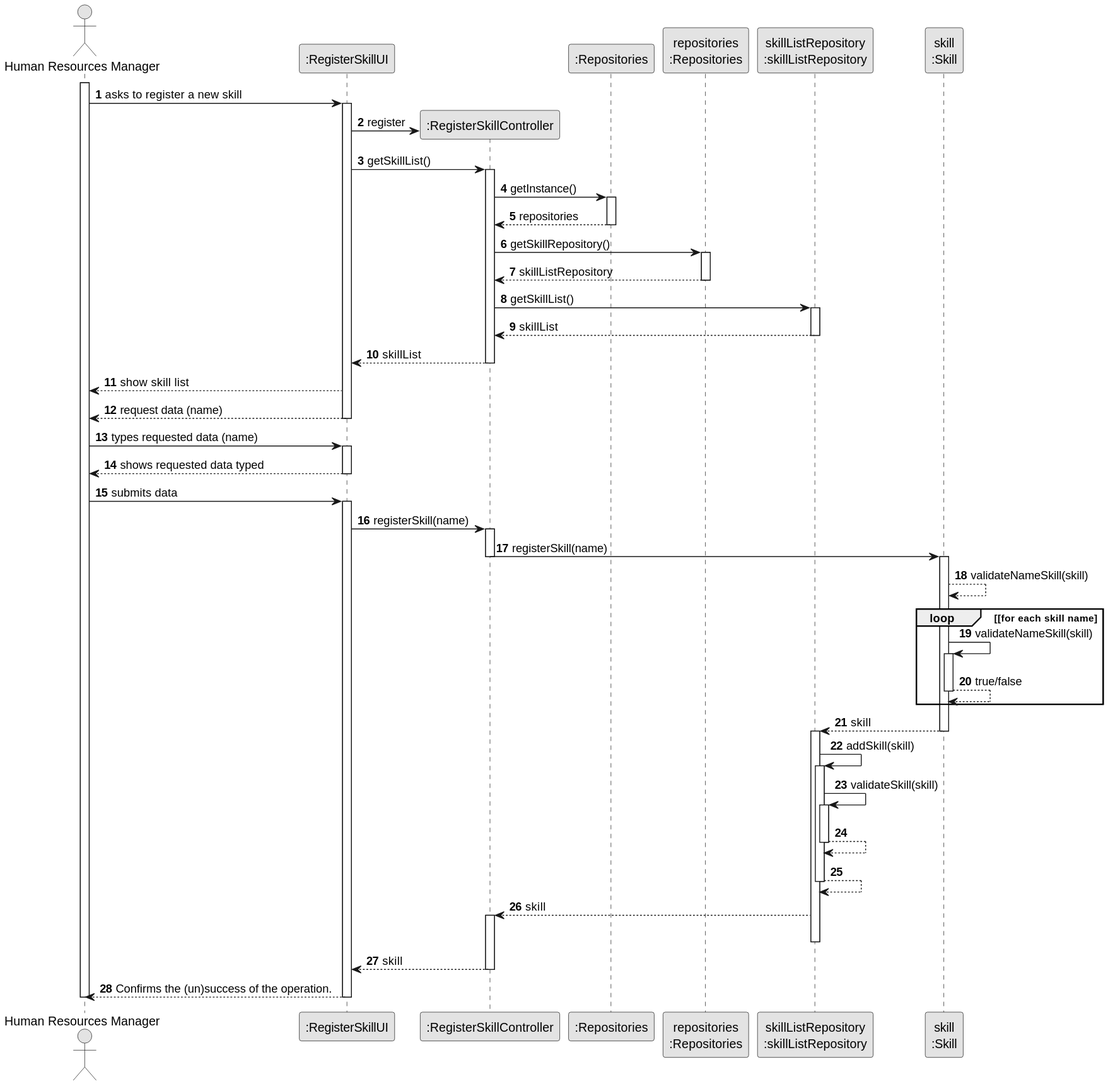
SAEmanuel/Green_Spaces_Management_ISEP keeps this PlantUML diagram as docs/sprintB/us001/03.design/svg/us001-sequence-diagram-full.svg. Above is the earlier version. The source it was exported from:
```plantuml
@startuml
skinparam monochrome true
skinparam packageStyle rectangle
skinparam shadowing false

autonumber

actor "Human Resources Manager" as HRM
participant ":RegisterSkillUI" as UI
participant ":RegisterSkillController" as CTRL
participant ":Repositories" as RepositorySingleton
participant "repositories\n:Repositories" as PLAT
participant "skillListRepository\n:skillListRepository" as skillRepository
participant "skill\n:Skill" as EMPREGO

activate HRM

        HRM -> UI : asks to register a new skill

        activate UI

            UI -> CTRL** : register

            UI -> CTRL : getSkillList()
            activate CTRL

                CTRL -> RepositorySingleton : getInstance()
                activate RepositorySingleton

                    RepositorySingleton --> CTRL: repositories
                deactivate RepositorySingleton

                CTRL -> PLAT : getSkillRepository()
                activate PLAT

                    PLAT --> CTRL: skillListRepository
                deactivate PLAT

                CTRL -> skillRepository : getSkillList()
                activate skillRepository

                    skillRepository --> CTRL : skillList
                deactivate skillRepository

                CTRL --> UI : skillList
            deactivate CTRL




            UI --> HRM : show skill list
            UI --> HRM : request data (name)
        deactivate UI


    HRM -> UI : types requested data (name)
    activate UI

        UI --> HRM : shows requested data typed
        deactivate UI

        HRM -> UI : submits data
            activate UI


            UI -> CTRL : registerSkill(name)
            activate CTRL


                CTRL -> EMPREGO: registerSkill(name)
                deactivate CTRL




                    activate EMPREGO
                        EMPREGO --> EMPREGO : validateNameSkill(skill)

                        loop [for each skill name
                          EMPREGO -> EMPREGO : validateNameSkill(skill)
                            activate EMPREGO

                                 EMPREGO --> EMPREGO : true/false
                            deactivate EMPREGO
                        end


                        EMPREGO --> skillRepository : skill
                    deactivate EMPREGO

                    activate skillRepository

                    skillRepository -> skillRepository: addSkill(skill)


                    activate skillRepository
                        skillRepository -> skillRepository: validateSkill(skill)
                        activate skillRepository
                            skillRepository --> skillRepository
                        deactivate skillRepository

                        skillRepository --> skillRepository
                    deactivate skillRepository

                    skillRepository --> CTRL : skill
                     activate CTRL

                deactivate skillRepository

                CTRL --> UI: skill
                deactivate CTRL
                UI --> HRM: Confirms the (un)success of the operation.
        deactivate UI
    deactivate HRM
@enduml
```
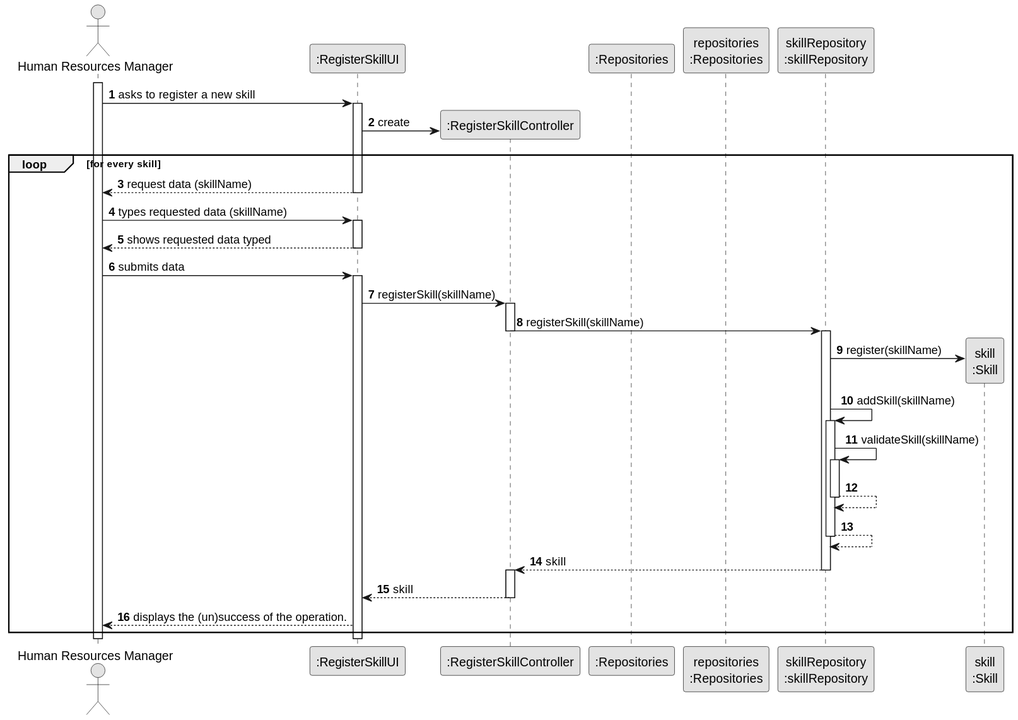
Above is the later version.

Change to the diagram source:
```diff
@@ -10,7 +10,7 @@
 participant ":RegisterSkillController" as CTRL
 participant ":Repositories" as RepositorySingleton
 participant "repositories\n:Repositories" as PLAT
-participant "skillListRepository\n:skillListRepository" as skillRepository
+participant "skillRepository\n:skillRepository" as skillRepository
 participant "skill\n:Skill" as EMPREGO
 
 activate HRM
@@ -19,41 +19,15 @@
 
         activate UI
 
-            UI -> CTRL** : register
-
-            UI -> CTRL : getSkillList()
-            activate CTRL
-
-                CTRL -> RepositorySingleton : getInstance()
-                activate RepositorySingleton
-
-                    RepositorySingleton --> CTRL: repositories
-                deactivate RepositorySingleton
-
-                CTRL -> PLAT : getSkillRepository()
-                activate PLAT
-
-                    PLAT --> CTRL: skillListRepository
-                deactivate PLAT
-
-                CTRL -> skillRepository : getSkillList()
-                activate skillRepository
-
-                    skillRepository --> CTRL : skillList
-                deactivate skillRepository
-
-                CTRL --> UI : skillList
-            deactivate CTRL
+            UI -> CTRL** : create
 
 
-
-
-            UI --> HRM : show skill list
-            UI --> HRM : request data (name)
+loop for every skill
+            UI --> HRM : request data (skillName)
         deactivate UI
 
 
-    HRM -> UI : types requested data (name)
+    HRM -> UI : types requested data (skillName)
     activate UI
 
         UI --> HRM : shows requested data typed
@@ -63,53 +37,39 @@
             activate UI
 
 
-            UI -> CTRL : registerSkill(name)
+            UI -> CTRL : registerSkill(skillName)
             activate CTRL
 
 
-                CTRL -> EMPREGO: registerSkill(name)
+                CTRL -> skillRepository: registerSkill(skillName)
                 deactivate CTRL
+                activate skillRepository
 
 
 
-
-                    activate EMPREGO
-                        EMPREGO --> EMPREGO : validateNameSkill(skill)
-
-                        loop [for each skill name
-                          EMPREGO -> EMPREGO : validateNameSkill(skill)
-                            activate EMPREGO
-
-                                 EMPREGO --> EMPREGO : true/false
-                            deactivate EMPREGO
-                        end
+                skillRepository -> EMPREGO**: register(skillName)
 
 
-                        EMPREGO --> skillRepository : skill
-                    deactivate EMPREGO
 
-                    activate skillRepository
+                                    skillRepository -> skillRepository: addSkill(skillName)
 
-                    skillRepository -> skillRepository: addSkill(skill)
+                                    activate skillRepository
+                                        skillRepository -> skillRepository: validateSkill(skillName)
+                                        activate skillRepository
+                                            skillRepository --> skillRepository
+                                        deactivate skillRepository
 
+                                        skillRepository --> skillRepository
+                                    deactivate skillRepository
 
-                    activate skillRepository
-                        skillRepository -> skillRepository: validateSkill(skill)
-                        activate skillRepository
-                            skillRepository --> skillRepository
-                        deactivate skillRepository
-
-                        skillRepository --> skillRepository
-                    deactivate skillRepository
-
-                    skillRepository --> CTRL : skill
-                     activate CTRL
-
-                deactivate skillRepository
+                                    skillRepository --> CTRL : skill
+                                    deactivate skillRepository
+                                    activate CTRL
 
                 CTRL --> UI: skill
                 deactivate CTRL
-                UI --> HRM: Confirms the (un)success of the operation.
+                UI --> HRM: displays the (un)success of the operation.
+end
         deactivate UI
     deactivate HRM
 @enduml
```
